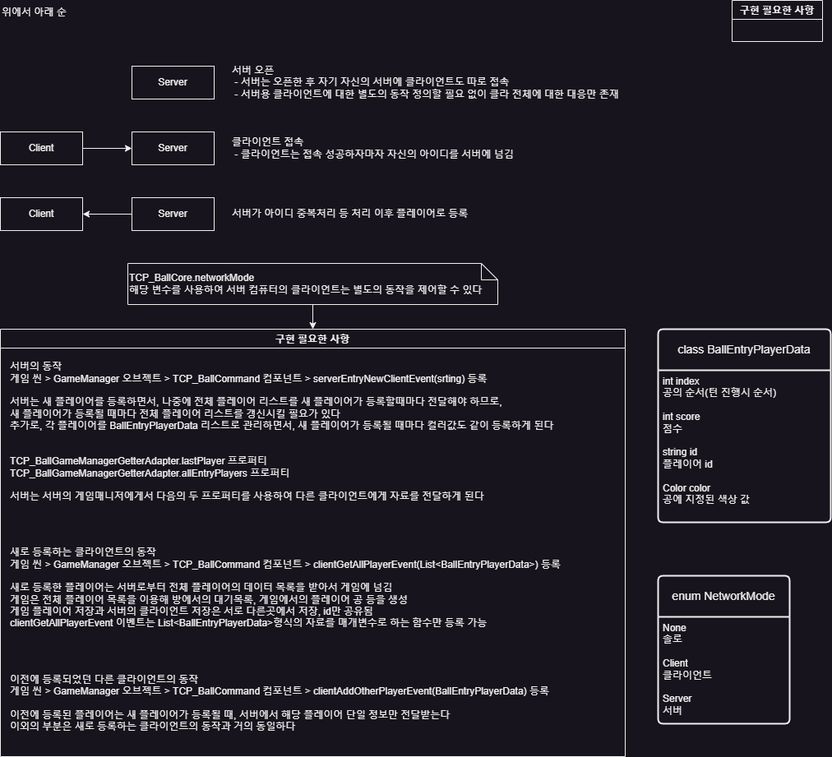
Before: Docs/NetworkFlow.drawio.png, a diagram exported from draw.io (rasedole/Blind_Billiards). Source tidied: cells renumbered, new cells last; positions are measured from the earlier drawing's top-left corner, leaving out a move shared by most shapes. The source it was exported from:
```xml
<mxGraphModel>
  <root>
    <mxCell id="0" />
    <mxCell id="1" parent="0" />
    <mxCell id="2" value="Server" style="whiteSpace=wrap;html=1;align=center;" parent="1" vertex="1">
      <mxGeometry x="160" y="80" width="100" height="40" as="geometry" />
    </mxCell>
    <mxCell id="3" style="edgeStyle=orthogonalEdgeStyle;rounded=0;jettySize=auto;html=1;exitX=1;exitY=0.5;exitDx=0;exitDy=0;entryX=0;entryY=0.5;entryDx=0;entryDy=0;" parent="1" edge="1" source="4" target="5">
      <mxGeometry relative="1" as="geometry" />
    </mxCell>
    <mxCell id="4" value="Client" style="whiteSpace=wrap;html=1;align=center;" parent="1" vertex="1">
      <mxGeometry y="160" width="100" height="40" as="geometry" />
    </mxCell>
    <mxCell id="5" value="Server" style="whiteSpace=wrap;html=1;align=center;" parent="1" vertex="1">
      <mxGeometry x="160" y="160" width="100" height="40" as="geometry" />
    </mxCell>
    <mxCell id="6" value="Client" style="whiteSpace=wrap;html=1;align=center;" parent="1" vertex="1">
      <mxGeometry y="240" width="100" height="40" as="geometry" />
    </mxCell>
    <mxCell id="7" style="edgeStyle=orthogonalEdgeStyle;rounded=0;jettySize=auto;html=1;exitX=0;exitY=0.5;exitDx=0;exitDy=0;entryX=1;entryY=0.5;entryDx=0;entryDy=0;" parent="1" edge="1" source="8" target="6">
      <mxGeometry relative="1" as="geometry" />
    </mxCell>
    <mxCell id="8" value="Server" style="whiteSpace=wrap;html=1;align=center;" parent="1" vertex="1">
      <mxGeometry x="160" y="240" width="100" height="40" as="geometry" />
    </mxCell>
    <mxCell id="9" value="위에서 아래 순" style="text;html=1;align=left;verticalAlign=middle;strokeColor=none;fillColor=none;" parent="1" vertex="1">
      <mxGeometry width="100" height="30" as="geometry" />
    </mxCell>
    <mxCell id="10" value="서버 오픈&lt;br&gt;&amp;nbsp;- 서버는 오픈한 후 자기 자신의 서버에 클라이언트도 따로 접속&lt;br&gt;&amp;nbsp;- 서버용 클라이언트에 대한 별도의 동작 정의할 필요 없이 클라 전체에 대한 대응만 존재" style="text;html=1;align=left;verticalAlign=middle;strokeColor=none;fillColor=none;" parent="1" vertex="1">
      <mxGeometry x="280" y="70" width="490" height="60" as="geometry" />
    </mxCell>
    <mxCell id="11" value="클라이언트 접속&lt;br&gt;&lt;div style=&quot;&quot;&gt;&lt;span style=&quot;background-color: initial;&quot;&gt;&amp;nbsp;- 클라이언트는 접속 성공하자마자 자신의 아이디를 서버에 넘김&lt;/span&gt;&lt;/div&gt;" style="text;html=1;align=left;verticalAlign=middle;strokeColor=none;fillColor=none;" parent="1" vertex="1">
      <mxGeometry x="280" y="160" width="370" height="40" as="geometry" />
    </mxCell>
    <mxCell id="12" value="서버가 아이디 중복처리 등 처리 이후 플레이어로 등록" style="text;html=1;align=left;verticalAlign=middle;strokeColor=none;fillColor=none;" parent="1" vertex="1">
      <mxGeometry x="280" y="245" width="310" height="30" as="geometry" />
    </mxCell>
    <mxCell id="13" value="구현 필요한 사항" style="swimlane;" parent="1" vertex="1">
      <mxGeometry y="400" width="760" height="520" as="geometry" />
    </mxCell>
    <mxCell id="14" value="새로 등록하는 클라이언트의 동작&lt;br&gt;게임 씬 &amp;gt;&amp;nbsp;GameManager 오브젝트 &amp;gt;&amp;nbsp;TCP_BallCommand 컴포넌트 &amp;gt;&amp;nbsp;clientGetAllPlayerEvent(List&amp;lt;BallEntryPlayerData&amp;gt;) 등록&lt;br&gt;&lt;br&gt;새로 등록한 플레이어는 서버로부터 전체 플레이어의 데이터 목록을 받아서 게임에 넘김&lt;br&gt;게임은 전체 플레이어 목록을 이용해 방에서의 대기목록, 게임에서의 플레이어 공 등을 생성&lt;br&gt;게임 플레이어 저장과 서버의 클라이언트 저장은 서로 다른곳에서 저장, id만 공유됨&lt;br&gt;clientGetAllPlayerEvent 이벤트는 List&amp;lt;BallEntryPlayerData&amp;gt;형식의 자료를 매개변수로 하는 함수만 등록 가능" style="text;html=1;align=left;verticalAlign=middle;strokeColor=none;fillColor=none;" parent="13" vertex="1">
      <mxGeometry x="10" y="260" width="690" height="110" as="geometry" />
    </mxCell>
    <mxCell id="15" value="서버의 동작&lt;br&gt;게임 씬 &amp;gt;&amp;nbsp;GameManager 오브젝트 &amp;gt;&amp;nbsp;TCP_BallCommand 컴포넌트 &amp;gt;&amp;nbsp;serverEntryNewClientEvent(srting) 등록&lt;br&gt;&lt;br&gt;서버는 새 플레이어를 등록하면서, 나중에 전체 플레이어 리스트를 새 플레이어가 등록할때마다 전달해야 하므로,&lt;br&gt;새 플레이어가 등록될 때마다 전체 플레이어 리스트를 갱신시킬 필요가 있다&lt;br&gt;추가로, 각 플레이어를&amp;nbsp;BallEntryPlayerData 리스트로 관리하면서, 새 플레이어가 등록될 때마다 컬러값도 같이 등록하게 된다&lt;br&gt;&lt;br&gt;&lt;br&gt;&lt;div&gt;TCP_BallGameManagerGetterAdapter.lastPlayer 프로퍼티&lt;/div&gt;&lt;div&gt;TCP_BallGameManagerGetterAdapter.allEntryPlayers 프로퍼티&lt;/div&gt;&lt;div&gt;&lt;br&gt;&lt;/div&gt;&lt;div&gt;서버는 서버의 게임매니저에게서 다음의 두 프로퍼티를 사용하여 다른 클라이언트에게 자료를 전달하게 된다&lt;/div&gt;" style="text;html=1;align=left;verticalAlign=middle;strokeColor=none;fillColor=none;" parent="13" vertex="1">
      <mxGeometry x="10" y="30" width="680" height="190" as="geometry" />
    </mxCell>
    <mxCell id="16" value="이전에 등록되었던 다른 클라이언트의 동작&lt;br&gt;게임 씬 &amp;gt;&amp;nbsp;GameManager 오브젝트 &amp;gt;&amp;nbsp;TCP_BallCommand 컴포넌트 &amp;gt;&amp;nbsp;clientAddOtherPlayerEvent(BallEntryPlayerData) 등록&lt;br&gt;&lt;br&gt;이전에 등록된 플레이어는 새 플레이어가 등록될 때, 서버에서 해당 플레이어 단일 정보만 전달받는다&lt;br&gt;이외의 부분은 새로 등록하는 클라이언트의 동작과 거의 동일하다" style="text;html=1;align=left;verticalAlign=middle;strokeColor=none;fillColor=none;" parent="13" vertex="1">
      <mxGeometry x="10" y="410" width="680" height="90" as="geometry" />
    </mxCell>
    <mxCell id="17" value="구현 필요한 사항" style="swimlane;" parent="1" vertex="1">
      <mxGeometry x="890" width="110" height="50" as="geometry" />
    </mxCell>
    <mxCell id="18" value="class BallEntryPlayerData" style="swimlane;horizontal=1;startSize=50;rounded=1;fontSize=14;fontStyle=0;strokeWidth=2;shadow=0;dashed=0;align=center;arcSize=4;whiteSpace=wrap;html=1;" parent="1" vertex="1">
      <mxGeometry x="800" y="400" width="210" height="235" as="geometry" />
    </mxCell>
    <mxCell id="19" value="int index&lt;br&gt;공의 순서(턴 진행시 순서)&lt;br&gt;&lt;br&gt;int score&lt;br&gt;점수&lt;br&gt;&lt;br&gt;string id&lt;br&gt;플레이어 id&lt;br&gt;&lt;br&gt;Color color&lt;br&gt;공에 지정된 색상 값" style="align=left;strokeColor=none;fillColor=none;spacingLeft=4;fontSize=12;verticalAlign=top;html=1;" parent="18" vertex="1">
      <mxGeometry y="50" width="210" height="185" as="geometry" />
    </mxCell>
    <mxCell id="20" style="edgeStyle=orthogonalEdgeStyle;rounded=0;jettySize=auto;html=1;exitX=0.5;exitY=1;exitDx=0;exitDy=0;exitPerimeter=0;entryX=0.5;entryY=0;entryDx=0;entryDy=0;" parent="1" edge="1" source="21" target="13">
      <mxGeometry relative="1" as="geometry" />
    </mxCell>
    <mxCell id="21" value="TCP_BallCore.networkMode&lt;br&gt;해당 변수를 사용하여 서버 컴퓨터의 클라이언트는 별도의 동작을 제어할 수 있다" style="shape=note;size=20;whiteSpace=wrap;html=1;align=left;" parent="1" vertex="1">
      <mxGeometry x="155" y="320" width="450" height="50" as="geometry" />
    </mxCell>
    <mxCell id="22" value="enum NetworkMode" style="swimlane;horizontal=1;startSize=50;rounded=1;fontSize=14;fontStyle=0;strokeWidth=2;shadow=0;dashed=0;align=center;arcSize=4;whiteSpace=wrap;html=1;" parent="1" vertex="1">
      <mxGeometry x="800" y="700" width="160" height="180" as="geometry" />
    </mxCell>
    <mxCell id="23" value="&lt;div&gt;&lt;span style=&quot;background-color: initial;&quot;&gt;None&lt;/span&gt;&lt;br&gt;&lt;/div&gt;&lt;div&gt;&lt;span style=&quot;background-color: initial;&quot;&gt;솔로&lt;/span&gt;&lt;/div&gt;&lt;div&gt;&lt;span style=&quot;background-color: initial;&quot;&gt;&lt;br&gt;&lt;/span&gt;&lt;/div&gt;&lt;div&gt;&lt;span style=&quot;background-color: initial;&quot;&gt;Client&lt;/span&gt;&lt;br&gt;&lt;/div&gt;&lt;div&gt;&lt;span style=&quot;background-color: initial;&quot;&gt;클라이언트&lt;/span&gt;&lt;/div&gt;&lt;div&gt;&lt;span style=&quot;background-color: initial;&quot;&gt;&lt;br&gt;&lt;/span&gt;&lt;/div&gt;&lt;div&gt;Server&lt;/div&gt;&lt;div&gt;서버&lt;/div&gt;" style="align=left;strokeColor=none;fillColor=none;spacingLeft=4;fontSize=12;verticalAlign=top;html=1;" parent="22" vertex="1">
      <mxGeometry y="50" width="160" height="130" as="geometry" />
    </mxCell>
  </root>
</mxGraphModel>
```
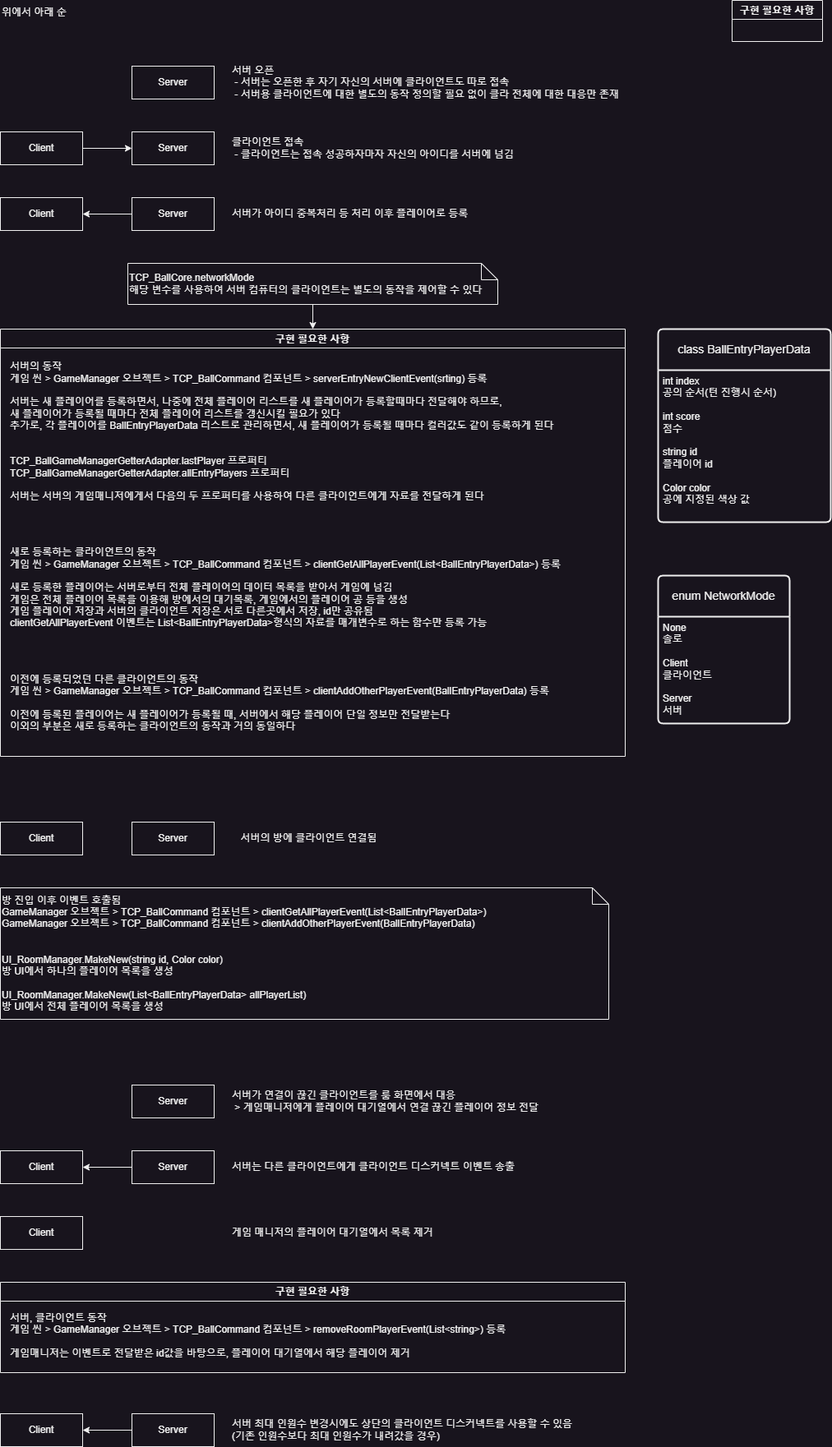
The same file after the commit.

The edit, as a diff of the source:
```diff
@@ -68,5 +68,59 @@
     <mxCell id="23" value="&lt;div&gt;&lt;span style=&quot;background-color: initial;&quot;&gt;None&lt;/span&gt;&lt;br&gt;&lt;/div&gt;&lt;div&gt;&lt;span style=&quot;background-color: initial;&quot;&gt;솔로&lt;/span&gt;&lt;/div&gt;&lt;div&gt;&lt;span style=&quot;background-color: initial;&quot;&gt;&lt;br&gt;&lt;/span&gt;&lt;/div&gt;&lt;div&gt;&lt;span style=&quot;background-color: initial;&quot;&gt;Client&lt;/span&gt;&lt;br&gt;&lt;/div&gt;&lt;div&gt;&lt;span style=&quot;background-color: initial;&quot;&gt;클라이언트&lt;/span&gt;&lt;/div&gt;&lt;div&gt;&lt;span style=&quot;background-color: initial;&quot;&gt;&lt;br&gt;&lt;/span&gt;&lt;/div&gt;&lt;div&gt;Server&lt;/div&gt;&lt;div&gt;서버&lt;/div&gt;" style="align=left;strokeColor=none;fillColor=none;spacingLeft=4;fontSize=12;verticalAlign=top;html=1;" parent="22" vertex="1">
       <mxGeometry y="50" width="160" height="130" as="geometry" />
     </mxCell>
+    <mxCell id="24" value="방 진입 이후 이벤트 호출됨&lt;br&gt;GameManager 오브젝트 &amp;gt;&amp;nbsp;TCP_BallCommand 컴포넌트 &amp;gt;&amp;nbsp;clientGetAllPlayerEvent(List&amp;lt;BallEntryPlayerData&amp;gt;)&lt;br&gt;GameManager 오브젝트 &amp;gt;&amp;nbsp;TCP_BallCommand 컴포넌트 &amp;gt;&amp;nbsp;clientAddOtherPlayerEvent(BallEntryPlayerData)&amp;nbsp;&lt;br&gt;&lt;br&gt;&lt;br&gt;UI_RoomManager.MakeNew(string id, Color color)&lt;br&gt;방 UI에서 하나의 플레이어 목록을 생성&lt;br&gt;&lt;br&gt;UI_RoomManager.MakeNew(List&amp;lt;BallEntryPlayerData&amp;gt; allPlayerList)&lt;br&gt;방 UI에서 전체 플레이어 목록을 생성" style="shape=note;size=20;whiteSpace=wrap;html=1;align=left;" parent="1" vertex="1">
+      <mxGeometry y="1080" width="740" height="160" as="geometry" />
+    </mxCell>
+    <mxCell id="25" value="Client" style="whiteSpace=wrap;html=1;align=center;" parent="1" vertex="1">
+      <mxGeometry y="1000" width="100" height="40" as="geometry" />
+    </mxCell>
+    <mxCell id="26" value="Server" style="whiteSpace=wrap;html=1;align=center;" parent="1" vertex="1">
+      <mxGeometry x="160" y="1000" width="100" height="40" as="geometry" />
+    </mxCell>
+    <mxCell id="27" value="서버의 방에 클라이언트 연결됨" style="text;html=1;align=center;verticalAlign=middle;strokeColor=none;fillColor=none;" parent="1" vertex="1">
+      <mxGeometry x="280" y="1005" width="190" height="30" as="geometry" />
+    </mxCell>
+    <mxCell id="28" value="Server" style="whiteSpace=wrap;html=1;align=center;" parent="1" vertex="1">
+      <mxGeometry x="160" y="1320" width="100" height="40" as="geometry" />
+    </mxCell>
+    <mxCell id="29" value="서버가 연결이 끊긴 클라이언트를 룸 화면에서 대응&lt;br&gt;&amp;nbsp;&amp;gt; 게임매니저에게 플레이어 대기열에서 연결 끊긴 플레이어 정보 전달" style="text;html=1;align=left;verticalAlign=middle;strokeColor=none;fillColor=none;" parent="1" vertex="1">
+      <mxGeometry x="280" y="1320" width="400" height="40" as="geometry" />
+    </mxCell>
+    <mxCell id="30" value="Client" style="whiteSpace=wrap;html=1;align=center;" parent="1" vertex="1">
+      <mxGeometry y="1400" width="100" height="40" as="geometry" />
+    </mxCell>
+    <mxCell id="31" style="edgeStyle=orthogonalEdgeStyle;rounded=0;jettySize=auto;html=1;exitX=0;exitY=0.5;exitDx=0;exitDy=0;entryX=1;entryY=0.5;entryDx=0;entryDy=0;" parent="1" edge="1" source="32" target="30">
+      <mxGeometry relative="1" as="geometry" />
+    </mxCell>
+    <mxCell id="32" value="Server" style="whiteSpace=wrap;html=1;align=center;" parent="1" vertex="1">
+      <mxGeometry x="160" y="1400" width="100" height="40" as="geometry" />
+    </mxCell>
+    <mxCell id="33" value="서버는 다른 클라이언트에게 클라이언트 디스커넥트 이벤트 송출" style="text;html=1;align=left;verticalAlign=middle;strokeColor=none;fillColor=none;" parent="1" vertex="1">
+      <mxGeometry x="280" y="1405" width="370" height="30" as="geometry" />
+    </mxCell>
+    <mxCell id="34" value="구현 필요한 사항" style="swimlane;whiteSpace=wrap;html=1;" parent="1" vertex="1">
+      <mxGeometry y="1560" width="760" height="110" as="geometry" />
+    </mxCell>
+    <mxCell id="35" value="서버, 클라이언트 동작&lt;br&gt;게임 씬 &amp;gt;&amp;nbsp;GameManager 오브젝트 &amp;gt;&amp;nbsp;TCP_BallCommand 컴포넌트 &amp;gt; removeRoomPlayerEvent(List&amp;lt;string&amp;gt;) 등록&lt;br&gt;&lt;br&gt;게임매니저는 이벤트로 전달받은 id값을 바탕으로, 플레이어 대기열에서 해당 플레이어 제거" style="text;html=1;align=left;verticalAlign=middle;strokeColor=none;fillColor=none;" parent="34" vertex="1">
+      <mxGeometry x="10" y="30" width="630" height="70" as="geometry" />
+    </mxCell>
+    <mxCell id="36" value="Client" style="whiteSpace=wrap;html=1;align=center;" parent="1" vertex="1">
+      <mxGeometry y="1480" width="100" height="40" as="geometry" />
+    </mxCell>
+    <mxCell id="37" value="게임 매니저의 플레이어 대기열에서 목록 제거" style="text;html=1;align=left;verticalAlign=middle;strokeColor=none;fillColor=none;" parent="1" vertex="1">
+      <mxGeometry x="280" y="1485" width="270" height="30" as="geometry" />
+    </mxCell>
+    <mxCell id="38" value="Client" style="whiteSpace=wrap;html=1;align=center;" parent="1" vertex="1">
+      <mxGeometry y="1720" width="100" height="40" as="geometry" />
+    </mxCell>
+    <mxCell id="39" style="edgeStyle=orthogonalEdgeStyle;rounded=0;jettySize=auto;html=1;exitX=0;exitY=0.5;exitDx=0;exitDy=0;entryX=1;entryY=0.5;entryDx=0;entryDy=0;" parent="1" edge="1" source="40" target="38">
+      <mxGeometry relative="1" as="geometry" />
+    </mxCell>
+    <mxCell id="40" value="Server" style="whiteSpace=wrap;html=1;align=center;" parent="1" vertex="1">
+      <mxGeometry x="160" y="1720" width="100" height="40" as="geometry" />
+    </mxCell>
+    <mxCell id="41" value="서버 최대 인원수 변경시에도 상단의 클라이언트 디스커넥트를 사용할 수 있음&lt;br&gt;(기존 인원수보다 최대 인원수가 내려갔을 경우)" style="text;html=1;align=left;verticalAlign=middle;strokeColor=none;fillColor=none;" parent="1" vertex="1">
+      <mxGeometry x="280" y="1720" width="440" height="40" as="geometry" />
+    </mxCell>
   </root>
 </mxGraphModel>
```
